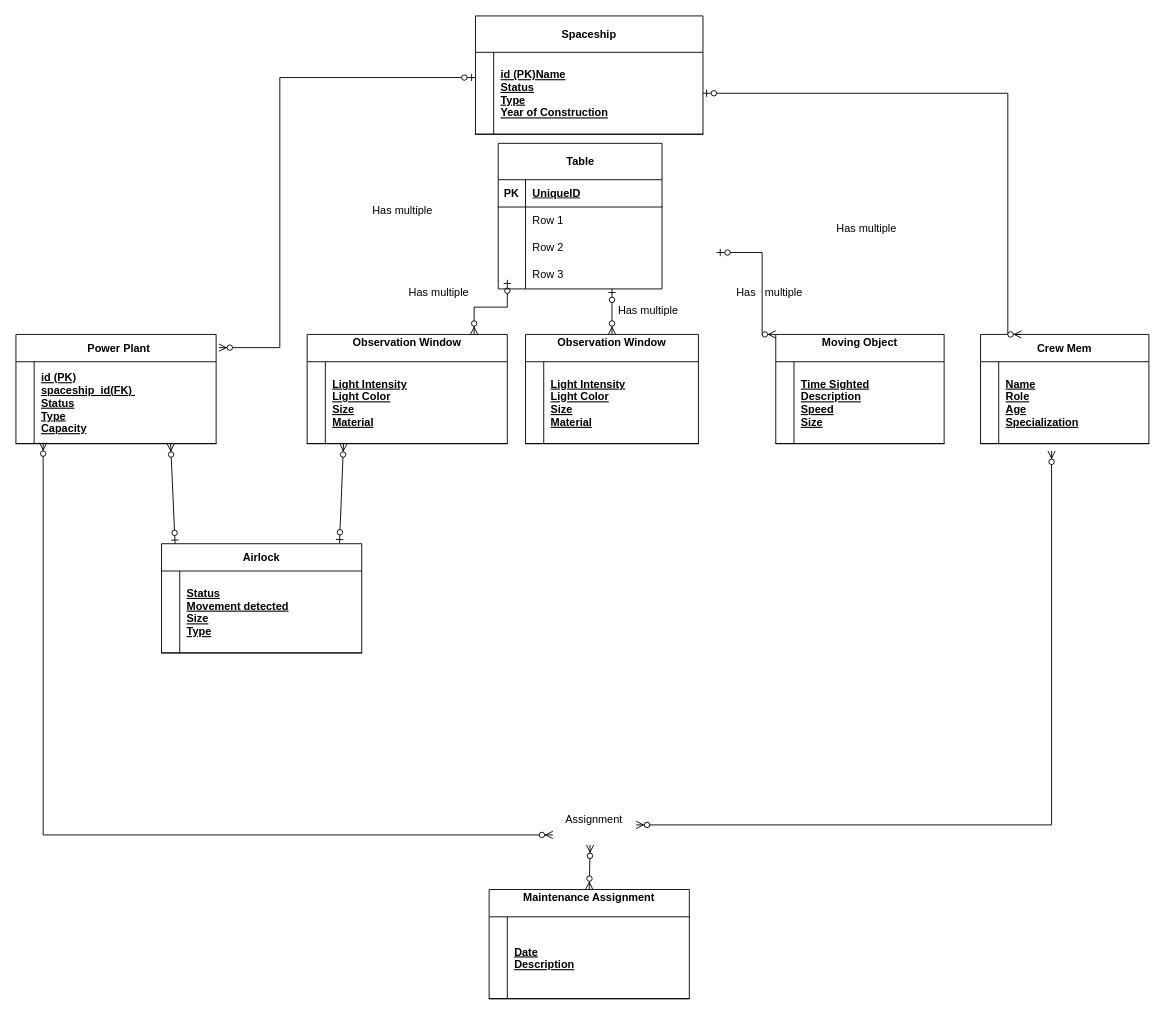
Before: datological model.drawio in sc09012/Bases-de-datos-ITM, a draw.io diagram. Source tidied: cells renumbered, new cells numbered last; positions are measured from the earlier drawing's top-left corner, leaving out a move shared by most shapes. Both pictures are drawn from the tidied source at 91%, with x=0, y=0 at pixel (15, 15).
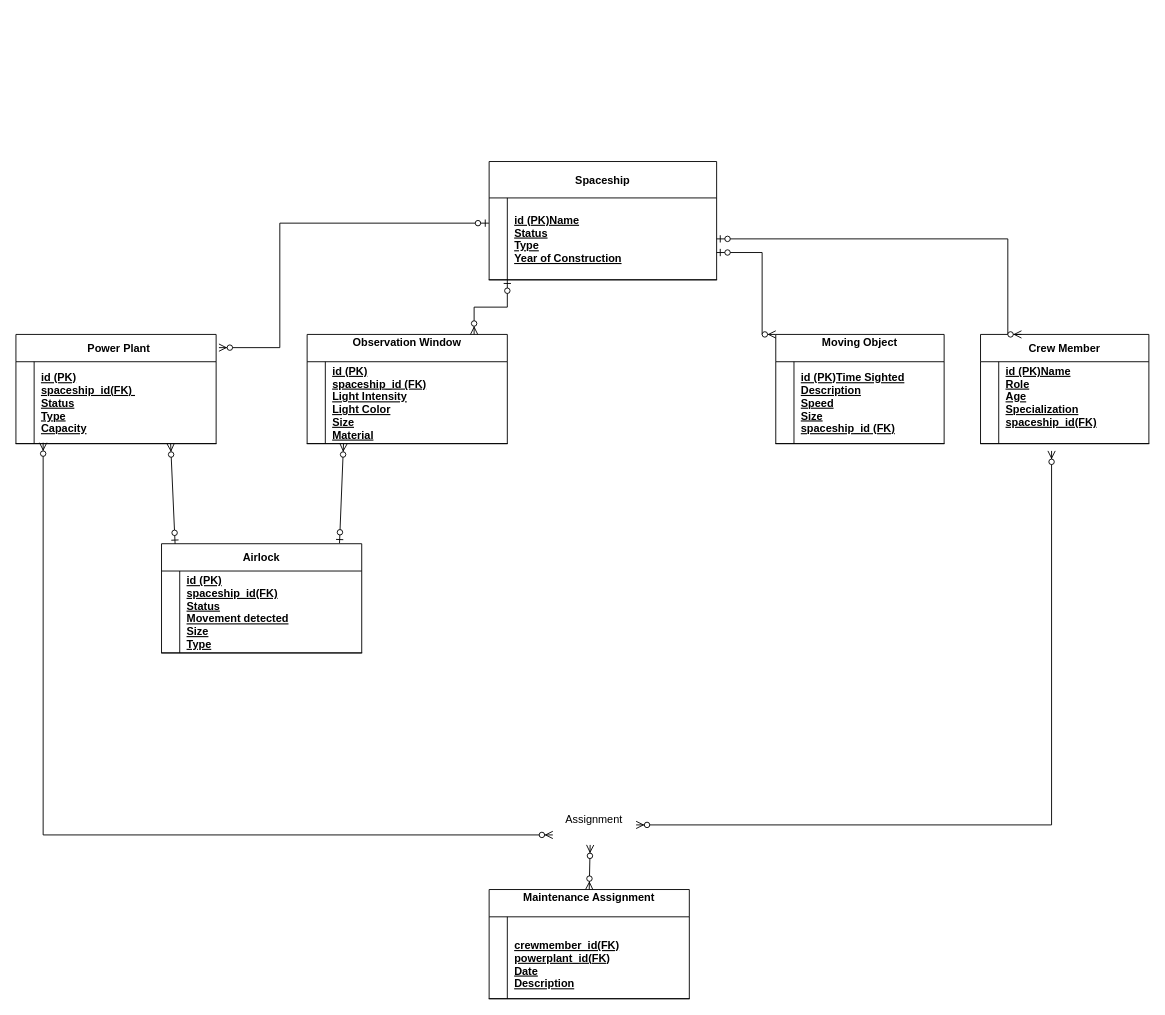
After the change.

The change refers to these unchanged cells:
```xml
<mxCell id="12" style="shape=partialRectangle;fillColor=none;top=0;left=0;right=0;bottom=1;" parent="11" vertex="1">
  <mxGeometry y="30" width="220" height="90" as="geometry" />
</mxCell>
<mxCell id="21" style="shape=partialRectangle;fillColor=none;top=0;left=0;right=0;bottom=1;" parent="20" vertex="1">
  <mxGeometry y="30" width="185" height="90" as="geometry" />
</mxCell>
<mxCell id="27" style="shape=partialRectangle;fillColor=none;points=[[0,0.5],[1,0.5]];portConstraint=eastwest;top=0;left=0;right=0;bottom=1;" parent="26" vertex="1">
  <mxGeometry y="30" width="185" height="90" as="geometry" />
</mxCell>
<mxCell id="36" style="shape=partialRectangle;fillColor=none;top=0;left=0;right=0;bottom=1;" parent="35" vertex="1">
  <mxGeometry y="30" width="220" height="90" as="geometry" />
</mxCell>
<mxCell id="46" style="shape=partialRectangle;fillColor=none;top=0;left=0;right=0;bottom=1;" parent="45" vertex="1">
  <mxGeometry y="30" width="220" height="90" as="geometry" />
</mxCell>
```

The edit, as a diff of the source:
```diff
@@
     <mxCell id="2" value="Spaceship" style="shape=table;startSize=40;childLayout=tableLayout;rowLines=0;fontStyle=1;align=center;" parent="1" vertex="1">
-      <mxGeometry x="505" width="250" height="130" as="geometry" />
+      <mxGeometry x="520" y="160" width="250" height="130" as="geometry" />
     </mxCell>
@@
-    <mxCell id="14" value="Light Intensity&#10;Light Color&#10;Size&#10;Material" style="shape=partialRectangle;overflow=hidden;fillColor=none;top=0;left=0;bottom=0;right=0;align=left;spacingLeft=6;fontStyle=5;" parent="12" vertex="1">
+    <mxCell id="14" value="id (PK)&#10;spaceship_id (FK)&#10;Light Intensity&#10;Light Color&#10;Size&#10;Material" style="shape=partialRectangle;overflow=hidden;fillColor=none;top=0;left=0;bottom=0;right=0;align=left;spacingLeft=6;fontStyle=5;" parent="12" vertex="1">
       <mxGeometry x="20" width="200" height="90" as="geometry" />
     </mxCell>
@@
-    <mxCell id="16" value="Observation Window&#10;" style="shape=table;startSize=30;childLayout=tableLayout;rowLines=0;fontStyle=1;align=center;" parent="1" vertex="1">
-      <mxGeometry x="560" y="350" width="190" height="120" as="geometry" />
-    </mxCell>
-    <mxCell id="17" style="shape=partialRectangle;fillColor=none;top=0;left=0;right=0;bottom=1;" parent="16" vertex="1">
-      <mxGeometry y="30" width="190" height="90" as="geometry" />
-    </mxCell>
-    <mxCell id="18" style="shape=partialRectangle;overflow=hidden;fillColor=none;top=0;left=0;bottom=0;right=0;fontStyle=1;" parent="17" vertex="1">
-      <mxGeometry width="20" height="90" as="geometry" />
-    </mxCell>
-    <mxCell id="19" value="Light Intensity&#10;Light Color&#10;Size&#10;Material" style="shape=partialRectangle;overflow=hidden;fillColor=none;top=0;left=0;bottom=0;right=0;align=left;spacingLeft=6;fontStyle=5;" parent="17" vertex="1">
-      <mxGeometry x="20" width="170" height="90" as="geometry" />
-    </mxCell>
@@
-    <mxCell id="23" value="Time Sighted&#10;Description&#10;Speed&#10;Size" style="shape=partialRectangle;overflow=hidden;fillColor=none;top=0;left=0;bottom=0;right=0;align=left;spacingLeft=6;fontStyle=5;" parent="21" vertex="1">
+    <mxCell id="23" value="id (PK)Time Sighted&#10;Description&#10;Speed&#10;Size&#10;spaceship_id (FK)" style="shape=partialRectangle;overflow=hidden;fillColor=none;top=0;left=0;bottom=0;right=0;align=left;spacingLeft=6;fontStyle=5;" parent="21" vertex="1">
       <mxGeometry x="20" width="165" height="90" as="geometry" />
     </mxCell>
-    <mxCell id="24" style="fontSize=12;html=1;endArrow=ERzeroToMany;startArrow=ERzeroToOne;rounded=0;entryX=0.5;entryY=0;entryDx=0;entryDy=0;" parent="1" edge="1" target="16">
-      <mxGeometry relative="1" as="geometry">
-        <mxPoint x="655" y="300" as="sourcePoint" />
-      </mxGeometry>
-    </mxCell>
@@
-    <mxCell id="26" value="Crew Mem" style="shape=table;startSize=30;childLayout=tableLayout;rowLines=0;fontStyle=1;align=center;" parent="1" vertex="1">
+    <mxCell id="26" value="Crew Member" style="shape=table;startSize=30;childLayout=tableLayout;rowLines=0;fontStyle=1;align=center;" parent="1" vertex="1">
       <mxGeometry x="1060" y="350" width="185" height="120" as="geometry" />
     </mxCell>
@@
-    <mxCell id="29" value="Name&#10;Role&#10;Age&#10;Specialization" style="shape=partialRectangle;overflow=hidden;fillColor=none;top=0;left=0;bottom=0;right=0;align=left;spacingLeft=6;fontStyle=5;" parent="27" vertex="1">
+    <mxCell id="29" value="id (PK)Name&#10;Role&#10;Age&#10;Specialization&#10;spaceship_id(FK)&#10;" style="shape=partialRectangle;overflow=hidden;fillColor=none;top=0;left=0;bottom=0;right=0;align=left;spacingLeft=6;fontStyle=5;" parent="27" vertex="1">
       <mxGeometry x="20" width="165" height="90" as="geometry" />
     </mxCell>
@@
-    <mxCell id="31" value="Has multiple" style="text;whiteSpace=wrap;" parent="1" vertex="1">
-      <mxGeometry x="900" y="220" width="100" height="40" as="geometry" />
-    </mxCell>
-    <mxCell id="32" value="Has   multiple" style="text;whiteSpace=wrap;" parent="1" vertex="1">
-      <mxGeometry x="790" y="290" width="110" height="40" as="geometry" />
-    </mxCell>
-    <mxCell id="33" value="Has multiple" style="text;whiteSpace=wrap;" parent="1" vertex="1">
-      <mxGeometry x="660" y="310" width="100" height="40" as="geometry" />
-    </mxCell>
-    <mxCell id="34" value="Has multiple" style="text;whiteSpace=wrap;" parent="1" vertex="1">
-      <mxGeometry x="390" y="200" width="100" height="40" as="geometry" />
-    </mxCell>
@@
-    <mxCell id="38" value="Status&#10;Movement detected&#10;Size&#10;Type" style="shape=partialRectangle;overflow=hidden;fillColor=none;top=0;left=0;bottom=0;right=0;align=left;spacingLeft=6;fontStyle=5;" parent="36" vertex="1">
+    <mxCell id="38" value="id (PK)&#10;spaceship_id(FK)&#10;Status&#10;Movement detected&#10;Size&#10;Type" style="shape=partialRectangle;overflow=hidden;fillColor=none;top=0;left=0;bottom=0;right=0;align=left;spacingLeft=6;fontStyle=5;" parent="36" vertex="1">
       <mxGeometry x="20" width="200" height="90" as="geometry" />
     </mxCell>
@@
-    <mxCell id="41" value="Has multiple" style="text;whiteSpace=wrap;" parent="1" vertex="1">
-      <mxGeometry x="430" y="290" width="100" height="40" as="geometry" />
-    </mxCell>
@@
-    <mxCell id="48" value="Date&#10;Description" style="shape=partialRectangle;overflow=hidden;fillColor=none;top=0;left=0;bottom=0;right=0;align=left;spacingLeft=6;fontStyle=5;" parent="46" vertex="1">
+    <mxCell id="48" value="&#10;crewmember_id(FK)&#10;powerplant_id(FK)&#10;Date&#10;Description" style="shape=partialRectangle;overflow=hidden;fillColor=none;top=0;left=0;bottom=0;right=0;align=left;spacingLeft=6;fontStyle=5;" parent="46" vertex="1">
       <mxGeometry x="20" width="200" height="90" as="geometry" />
     </mxCell>
@@
-    <mxCell id="50" value="Table" style="shape=table;startSize=40;childLayout=tableLayout;rowLines=0;fontStyle=1;align=center;html=1;" parent="1" vertex="1">
-      <mxGeometry x="530" y="140" width="180" height="160" as="geometry" />
-    </mxCell>
-    <mxCell id="51" style="shape=tableRow;horizontal=0;startSize=0;swimlaneHead=0;swimlaneBody=0;fillColor=none;top=0;left=0;right=0;bottom=1;" parent="50" vertex="1">
-      <mxGeometry y="40" width="180" height="30" as="geometry" />
-    </mxCell>
-    <mxCell id="52" value="PK" style="shape=partialRectangle;fillColor=none;top=0;left=0;bottom=0;right=0;fontStyle=1;overflow=hidden;whiteSpace=wrap;html=1;" parent="51" vertex="1">
-      <mxGeometry width="30" height="30" as="geometry" />
-    </mxCell>
-    <mxCell id="53" value="UniqueID" style="shape=partialRectangle;fillColor=none;top=0;left=0;bottom=0;right=0;align=left;spacingLeft=6;fontStyle=5;overflow=hidden;whiteSpace=wrap;html=1;" parent="51" vertex="1">
-      <mxGeometry x="30" width="150" height="30" as="geometry" />
-    </mxCell>
-    <mxCell id="54" style="shape=tableRow;horizontal=0;startSize=0;swimlaneHead=0;swimlaneBody=0;fillColor=none;top=0;left=0;right=0;bottom=0;" parent="50" vertex="1">
-      <mxGeometry y="70" width="180" height="30" as="geometry" />
-    </mxCell>
-    <mxCell id="55" style="shape=partialRectangle;fillColor=none;top=0;left=0;bottom=0;right=0;overflow=hidden;whiteSpace=wrap;html=1;" parent="54" vertex="1">
-      <mxGeometry width="30" height="30" as="geometry" />
-    </mxCell>
-    <mxCell id="56" value="Row 1" style="shape=partialRectangle;fillColor=none;top=0;left=0;bottom=0;right=0;align=left;spacingLeft=6;overflow=hidden;whiteSpace=wrap;html=1;" parent="54" vertex="1">
-      <mxGeometry x="30" width="150" height="30" as="geometry" />
-    </mxCell>
-    <mxCell id="57" style="shape=tableRow;horizontal=0;startSize=0;swimlaneHead=0;swimlaneBody=0;fillColor=none;top=0;left=0;right=0;bottom=0;" parent="50" vertex="1">
-      <mxGeometry y="100" width="180" height="30" as="geometry" />
-    </mxCell>
-    <mxCell id="58" style="shape=partialRectangle;fillColor=none;top=0;left=0;bottom=0;right=0;overflow=hidden;whiteSpace=wrap;html=1;" parent="57" vertex="1">
-      <mxGeometry width="30" height="30" as="geometry" />
-    </mxCell>
-    <mxCell id="59" value="Row 2" style="shape=partialRectangle;fillColor=none;top=0;left=0;bottom=0;right=0;align=left;spacingLeft=6;overflow=hidden;whiteSpace=wrap;html=1;" parent="57" vertex="1">
-      <mxGeometry x="30" width="150" height="30" as="geometry" />
-    </mxCell>
-    <mxCell id="60" style="shape=tableRow;horizontal=0;startSize=0;swimlaneHead=0;swimlaneBody=0;fillColor=none;top=0;left=0;right=0;bottom=0;" parent="50" vertex="1">
-      <mxGeometry y="130" width="180" height="30" as="geometry" />
-    </mxCell>
-    <mxCell id="61" style="shape=partialRectangle;fillColor=none;top=0;left=0;bottom=0;right=0;overflow=hidden;whiteSpace=wrap;html=1;" parent="60" vertex="1">
-      <mxGeometry width="30" height="30" as="geometry" />
-    </mxCell>
-    <mxCell id="62" value="Row 3" style="shape=partialRectangle;fillColor=none;top=0;left=0;bottom=0;right=0;align=left;spacingLeft=6;overflow=hidden;whiteSpace=wrap;html=1;" parent="60" vertex="1">
-      <mxGeometry x="30" width="150" height="30" as="geometry" />
-    </mxCell>
```
